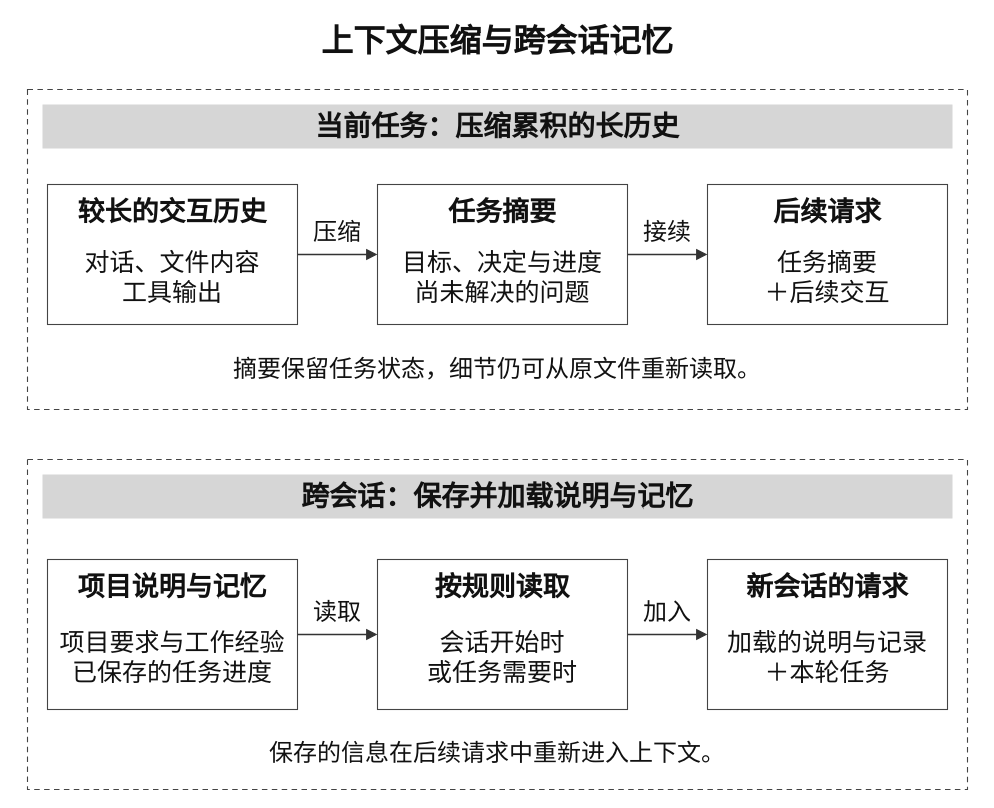
luzhiyu-econ/EconLLM-Lab keeps this draw.io diagram as public/diagrams/research-agents/chapter-2/context-and-memory.drawio. Above is the earlier version. Source tidied: cells renumbered, new cells numbered last; positions are measured from the earlier drawing's top-left corner, leaving out a move shared by most shapes. Both pictures are drawn from the tidied source at 100%, with x=0, y=0 at pixel (17, 17).
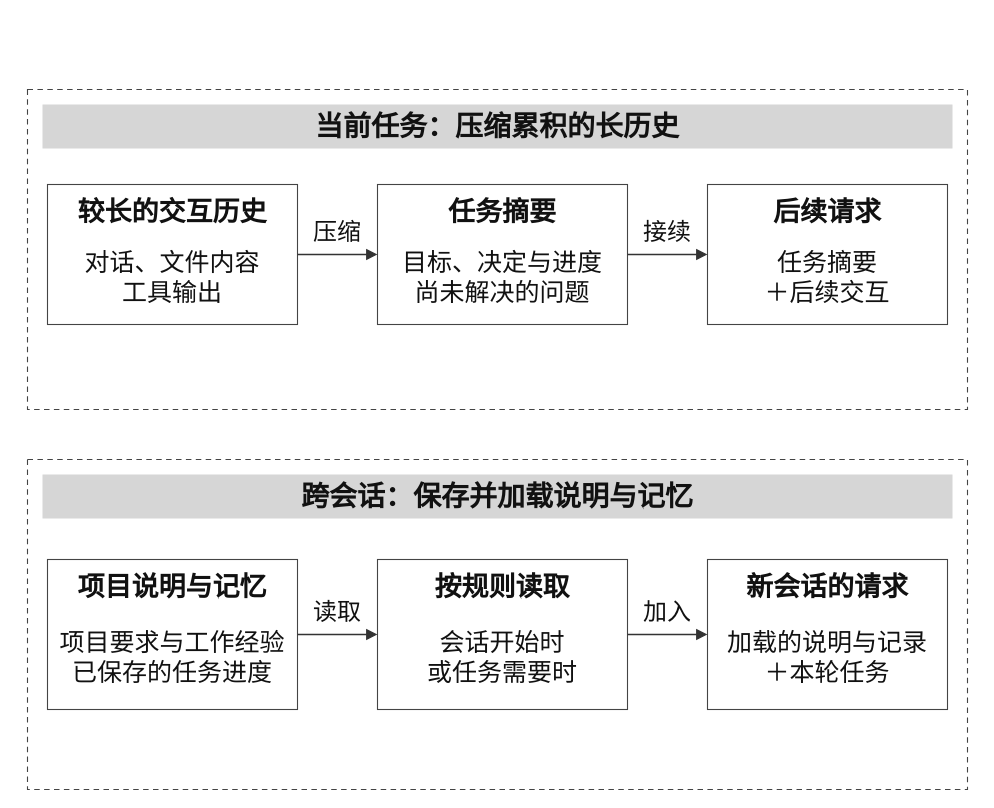
After the change.

Diff of the diagram source:
```diff
@@
-    <mxCell id="2" value="上下文压缩与跨会话记忆" style="rounded=0;html=0;whiteSpace=wrap;fontFamily=SimSun;fontColor=#111111;strokeColor=#444444;strokeWidth=1.1;fillColor=#ffffff;spacing=0;strokeColor=none;fillColor=none;fontSize=32;fontStyle=1;" parent="1" vertex="1">
-      <mxGeometry width="960" height="48" as="geometry" />
-    </mxCell>
@@
-    <mxCell id="18" value="摘要保留任务状态，细节仍可从原文件重新读取。" style="rounded=0;html=0;whiteSpace=wrap;fontFamily=SimSun;fontColor=#111111;strokeColor=#444444;strokeWidth=1.1;fillColor=#ffffff;spacing=0;strokeColor=none;fillColor=none;fontSize=24;fontStyle=0;" parent="1" vertex="1">
-      <mxGeometry x="30" y="333" width="900" height="38" as="geometry" />
-    </mxCell>
@@
-    <mxCell id="34" value="保存的信息在后续请求中重新进入上下文。" style="rounded=0;html=0;whiteSpace=wrap;fontFamily=SimSun;fontColor=#111111;strokeColor=#444444;strokeWidth=1.1;fillColor=#ffffff;spacing=0;strokeColor=none;fillColor=none;fontSize=24;fontStyle=0;" parent="1" vertex="1">
-      <mxGeometry x="30" y="717" width="900" height="38" as="geometry" />
-    </mxCell>
```
